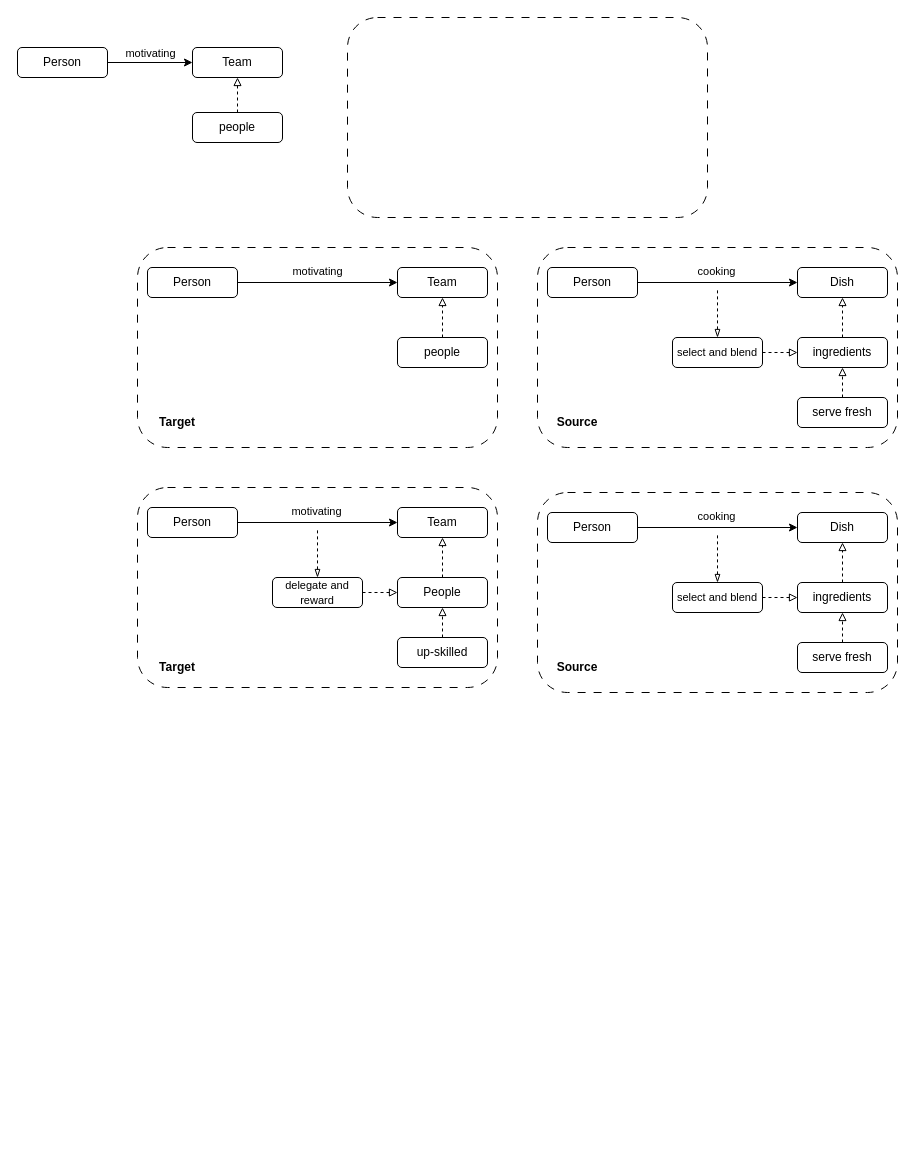
Above: KBAI_H3.drawio in andymakesapps/diagrams (draw.io), before the change. Source tidied: cells renumbered, new cells numbered last; positions are measured from the earlier drawing's top-left corner, leaving out a move shared by most shapes. Both pictures are drawn from the tidied source at 100%, with x=0, y=0 at pixel (17, 17).
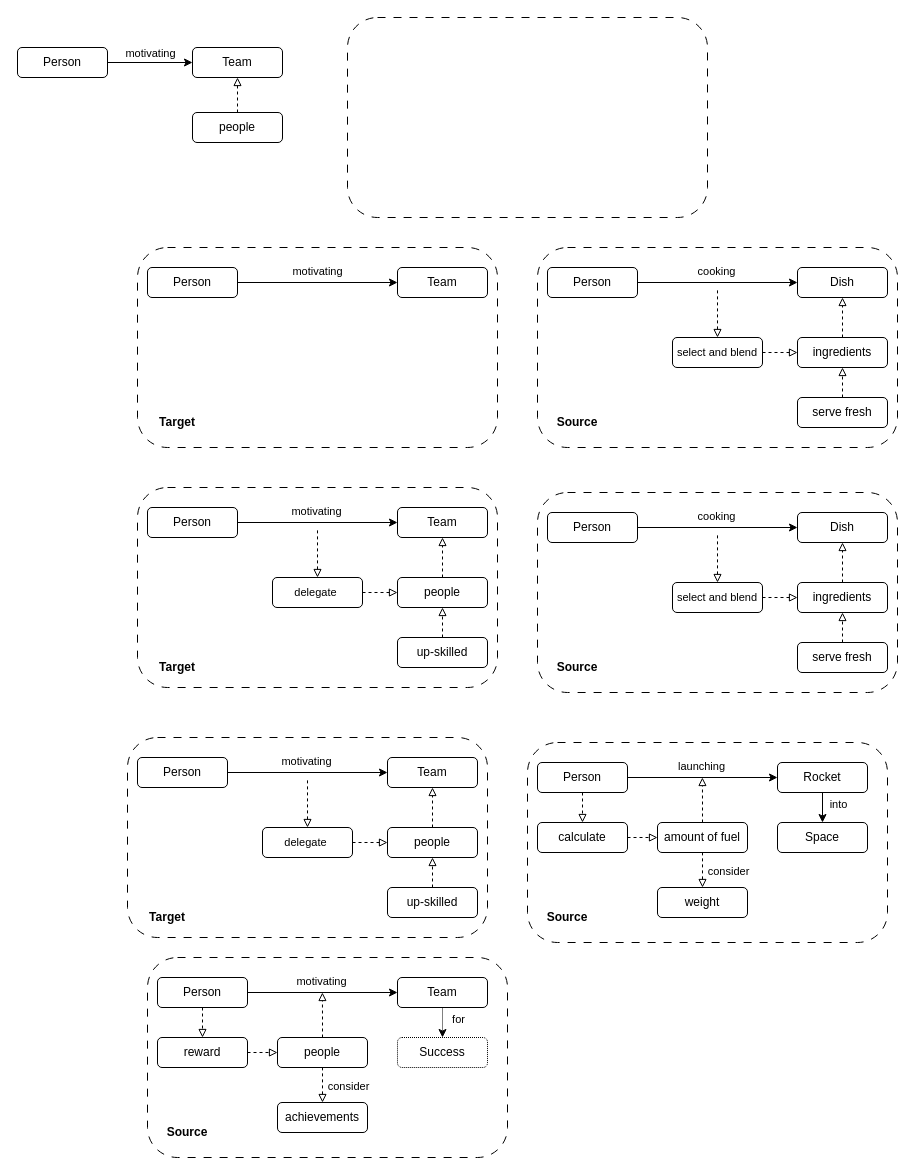
The same page after the edit.

Unchanged cells that the change refers to:
```xml
<mxCell id="13" value="&lt;font style=&quot;font-size: 11px;&quot;&gt;select and blend&lt;/font&gt;" style="rounded=1;whiteSpace=wrap;html=1;" parent="1" vertex="1">
  <mxGeometry x="655" y="320" width="90" height="30" as="geometry" />
</mxCell>
<mxCell id="22" value="Team" style="rounded=1;whiteSpace=wrap;html=1;" parent="1" vertex="1">
  <mxGeometry x="380" y="250" width="90" height="30" as="geometry" />
</mxCell>
<mxCell id="46" value="&lt;font style=&quot;font-size: 11px;&quot;&gt;select and blend&lt;/font&gt;" style="rounded=1;whiteSpace=wrap;html=1;" parent="1" vertex="1">
  <mxGeometry x="655" y="565" width="90" height="30" as="geometry" />
</mxCell>
```

What changed in the source:
```diff
@@
-    <mxCell id="11" style="edgeStyle=orthogonalEdgeStyle;rounded=0;jettySize=auto;html=1;exitX=0.5;exitY=0;exitDx=0;exitDy=0;startArrow=blockThin;startFill=0;endArrow=none;endFill=0;dashed=1;" parent="1" edge="1" source="13">
+    <mxCell id="11" style="edgeStyle=orthogonalEdgeStyle;rounded=0;jettySize=auto;html=1;exitX=0.5;exitY=0;exitDx=0;exitDy=0;startArrow=block;startFill=0;endArrow=none;endFill=0;dashed=1;" parent="1" edge="1" source="13">
       <mxGeometry relative="1" as="geometry">
         <mxPoint x="700" y="270" as="targetPoint" />
       </mxGeometry>
     </mxCell>
@@
-    <mxCell id="23" style="edgeStyle=orthogonalEdgeStyle;rounded=0;jettySize=auto;html=1;exitX=0.5;exitY=0;exitDx=0;exitDy=0;entryX=0.5;entryY=1;entryDx=0;entryDy=0;dashed=1;endArrow=block;endFill=0;" parent="1" edge="1" source="24" target="22">
-      <mxGeometry relative="1" as="geometry" />
-    </mxCell>
-    <mxCell id="24" value="people" style="rounded=1;whiteSpace=wrap;html=1;" parent="1" vertex="1">
-      <mxGeometry x="380" y="320" width="90" height="30" as="geometry" />
-    </mxCell>
@@
-    <mxCell id="30" value="People" style="rounded=1;whiteSpace=wrap;html=1;" parent="1" vertex="1">
+    <mxCell id="30" value="people" style="rounded=1;whiteSpace=wrap;html=1;" parent="1" vertex="1">
       <mxGeometry x="380" y="560" width="90" height="30" as="geometry" />
     </mxCell>
-    <mxCell id="31" style="edgeStyle=orthogonalEdgeStyle;rounded=0;jettySize=auto;html=1;exitX=0.5;exitY=0;exitDx=0;exitDy=0;startArrow=blockThin;startFill=0;endArrow=none;endFill=0;dashed=1;" parent="1" edge="1" source="33">
+    <mxCell id="31" style="edgeStyle=orthogonalEdgeStyle;rounded=0;jettySize=auto;html=1;exitX=0.5;exitY=0;exitDx=0;exitDy=0;startArrow=block;startFill=0;endArrow=none;endFill=0;dashed=1;" parent="1" edge="1" source="33">
       <mxGeometry relative="1" as="geometry">
         <mxPoint x="300" y="510" as="targetPoint" />
       </mxGeometry>
     </mxCell>
@@
-    <mxCell id="33" value="&lt;font style=&quot;font-size: 11px;&quot;&gt;delegate and reward&lt;/font&gt;" style="rounded=1;whiteSpace=wrap;html=1;" parent="1" vertex="1">
+    <mxCell id="33" value="&lt;font style=&quot;font-size: 11px;&quot;&gt;delegate&amp;nbsp;&lt;/font&gt;" style="rounded=1;whiteSpace=wrap;html=1;" parent="1" vertex="1">
       <mxGeometry x="255" y="560" width="90" height="30" as="geometry" />
     </mxCell>
@@
-    <mxCell id="44" style="edgeStyle=orthogonalEdgeStyle;rounded=0;jettySize=auto;html=1;exitX=0.5;exitY=0;exitDx=0;exitDy=0;startArrow=blockThin;startFill=0;endArrow=none;endFill=0;dashed=1;" parent="1" edge="1" source="46">
+    <mxCell id="44" style="edgeStyle=orthogonalEdgeStyle;rounded=0;jettySize=auto;html=1;exitX=0.5;exitY=0;exitDx=0;exitDy=0;startArrow=block;startFill=0;endArrow=none;endFill=0;dashed=1;" parent="1" edge="1" source="46">
       <mxGeometry relative="1" as="geometry">
         <mxPoint x="700" y="515" as="targetPoint" />
       </mxGeometry>
     </mxCell>
@@
+    <mxCell id="51" style="rounded=1;whiteSpace=wrap;html=1;fillColor=none;dashed=1;strokeColor=default;dashPattern=8 8;" parent="1" vertex="1">
+      <mxGeometry x="110" y="720" width="360" height="200" as="geometry" />
+    </mxCell>
+    <mxCell id="52" value="motivating" style="edgeStyle=orthogonalEdgeStyle;rounded=0;jettySize=auto;html=1;exitX=1;exitY=0.5;exitDx=0;exitDy=0;entryX=0;entryY=0.5;entryDx=0;entryDy=0;" parent="1" edge="1" source="53" target="54">
+      <mxGeometry x="-0.01" y="11" relative="1" as="geometry" />
+    </mxCell>
+    <mxCell id="53" value="Person" style="rounded=1;whiteSpace=wrap;html=1;" parent="1" vertex="1">
+      <mxGeometry x="120" y="740" width="90" height="30" as="geometry" />
+    </mxCell>
+    <mxCell id="54" value="Team" style="rounded=1;whiteSpace=wrap;html=1;" parent="1" vertex="1">
+      <mxGeometry x="370" y="740" width="90" height="30" as="geometry" />
+    </mxCell>
+    <mxCell id="55" style="edgeStyle=orthogonalEdgeStyle;rounded=0;jettySize=auto;html=1;exitX=0.5;exitY=0;exitDx=0;exitDy=0;entryX=0.5;entryY=1;entryDx=0;entryDy=0;dashed=1;endArrow=block;endFill=0;" parent="1" edge="1" source="56" target="54">
+      <mxGeometry relative="1" as="geometry" />
+    </mxCell>
+    <mxCell id="56" value="people" style="rounded=1;whiteSpace=wrap;html=1;" parent="1" vertex="1">
+      <mxGeometry x="370" y="810" width="90" height="30" as="geometry" />
+    </mxCell>
+    <mxCell id="57" style="edgeStyle=orthogonalEdgeStyle;rounded=0;jettySize=auto;html=1;exitX=0.5;exitY=0;exitDx=0;exitDy=0;startArrow=block;startFill=0;endArrow=none;endFill=0;dashed=1;" parent="1" edge="1" source="59">
+      <mxGeometry relative="1" as="geometry">
+        <mxPoint x="290" y="760" as="targetPoint" />
+      </mxGeometry>
+    </mxCell>
+    <mxCell id="58" style="edgeStyle=orthogonalEdgeStyle;rounded=0;jettySize=auto;html=1;exitX=1;exitY=0.5;exitDx=0;exitDy=0;entryX=0;entryY=0.5;entryDx=0;entryDy=0;endArrow=block;endFill=0;dashed=1;" parent="1" edge="1" source="59" target="56">
+      <mxGeometry relative="1" as="geometry" />
+    </mxCell>
+    <mxCell id="59" value="&lt;font style=&quot;font-size: 11px;&quot;&gt;delegate&amp;nbsp;&lt;/font&gt;" style="rounded=1;whiteSpace=wrap;html=1;" parent="1" vertex="1">
+      <mxGeometry x="245" y="810" width="90" height="30" as="geometry" />
+    </mxCell>
+    <mxCell id="60" style="edgeStyle=orthogonalEdgeStyle;rounded=0;jettySize=auto;html=1;exitX=0.5;exitY=0;exitDx=0;exitDy=0;dashed=1;endArrow=block;endFill=0;entryX=0.5;entryY=1;entryDx=0;entryDy=0;" parent="1" edge="1" source="61" target="56">
+      <mxGeometry relative="1" as="geometry" />
+    </mxCell>
+    <mxCell id="61" value="up-skilled" style="rounded=1;whiteSpace=wrap;html=1;" parent="1" vertex="1">
+      <mxGeometry x="370" y="870" width="90" height="30" as="geometry" />
+    </mxCell>
+    <mxCell id="62" style="rounded=1;whiteSpace=wrap;html=1;fillColor=none;dashed=1;strokeColor=default;dashPattern=8 8;" parent="1" vertex="1">
+      <mxGeometry x="510" y="725" width="360" height="200" as="geometry" />
+    </mxCell>
+    <mxCell id="63" value="launching" style="edgeStyle=orthogonalEdgeStyle;rounded=0;jettySize=auto;html=1;exitX=1;exitY=0.5;exitDx=0;exitDy=0;entryX=0;entryY=0.5;entryDx=0;entryDy=0;" parent="1" edge="1" source="65" target="68">
+      <mxGeometry x="-0.01" y="11" relative="1" as="geometry" />
+    </mxCell>
+    <mxCell id="64" style="edgeStyle=orthogonalEdgeStyle;rounded=0;jettySize=auto;html=1;exitX=0.5;exitY=1;exitDx=0;exitDy=0;entryX=0.5;entryY=0;entryDx=0;entryDy=0;dashed=1;endArrow=block;endFill=0;" parent="1" edge="1" source="65" target="73">
+      <mxGeometry relative="1" as="geometry" />
+    </mxCell>
+    <mxCell id="65" value="Person" style="rounded=1;whiteSpace=wrap;html=1;" parent="1" vertex="1">
+      <mxGeometry x="520" y="745" width="90" height="30" as="geometry" />
+    </mxCell>
+    <mxCell id="66" style="edgeStyle=orthogonalEdgeStyle;rounded=0;jettySize=auto;html=1;exitX=0.5;exitY=1;exitDx=0;exitDy=0;entryX=0.5;entryY=0;entryDx=0;entryDy=0;" parent="1" edge="1" source="68" target="71">
+      <mxGeometry relative="1" as="geometry" />
+    </mxCell>
+    <mxCell id="67" value="into" style="edgeLabel;html=1;align=center;verticalAlign=middle;" parent="66" vertex="1">
+      <mxGeometry x="-0.27" relative="1" as="geometry">
+        <mxPoint x="15" as="offset" />
+      </mxGeometry>
+    </mxCell>
+    <mxCell id="68" value="Rocket" style="rounded=1;whiteSpace=wrap;html=1;" parent="1" vertex="1">
+      <mxGeometry x="760" y="745" width="90" height="30" as="geometry" />
+    </mxCell>
+    <mxCell id="69" value="&lt;b&gt;Source&lt;/b&gt;" style="text;html=1;strokeColor=none;fillColor=none;align=center;verticalAlign=middle;whiteSpace=wrap;rounded=0;" parent="1" vertex="1">
+      <mxGeometry x="520" y="885" width="60" height="30" as="geometry" />
+    </mxCell>
+    <mxCell id="70" value="&lt;b&gt;Target&lt;/b&gt;" style="text;html=1;strokeColor=none;fillColor=none;align=center;verticalAlign=middle;whiteSpace=wrap;rounded=0;" parent="1" vertex="1">
+      <mxGeometry x="120" y="885" width="60" height="30" as="geometry" />
+    </mxCell>
+    <mxCell id="71" value="Space" style="rounded=1;whiteSpace=wrap;html=1;" parent="1" vertex="1">
+      <mxGeometry x="760" y="805" width="90" height="30" as="geometry" />
+    </mxCell>
+    <mxCell id="72" style="edgeStyle=orthogonalEdgeStyle;rounded=0;jettySize=auto;html=1;exitX=1;exitY=0.5;exitDx=0;exitDy=0;entryX=0;entryY=0.5;entryDx=0;entryDy=0;dashed=1;endArrow=block;endFill=0;" parent="1" edge="1" source="73" target="75">
+      <mxGeometry relative="1" as="geometry" />
+    </mxCell>
+    <mxCell id="73" value="calculate" style="rounded=1;whiteSpace=wrap;html=1;" parent="1" vertex="1">
+      <mxGeometry x="520" y="805" width="90" height="30" as="geometry" />
+    </mxCell>
+    <mxCell id="74" style="edgeStyle=orthogonalEdgeStyle;rounded=0;jettySize=auto;html=1;exitX=0.5;exitY=0;exitDx=0;exitDy=0;dashed=1;endArrow=block;endFill=0;" parent="1" edge="1" source="75">
+      <mxGeometry relative="1" as="geometry">
+        <mxPoint x="684.9" y="760" as="targetPoint" />
+      </mxGeometry>
+    </mxCell>
+    <mxCell id="75" value="amount of fuel" style="rounded=1;whiteSpace=wrap;html=1;" parent="1" vertex="1">
+      <mxGeometry x="640" y="805" width="90" height="30" as="geometry" />
+    </mxCell>
+    <mxCell id="76" style="edgeStyle=orthogonalEdgeStyle;rounded=0;jettySize=auto;html=1;exitX=0.5;exitY=0;exitDx=0;exitDy=0;entryX=0.5;entryY=1;entryDx=0;entryDy=0;endArrow=none;endFill=0;dashed=1;startArrow=block;startFill=0;" parent="1" edge="1" source="78" target="75">
+      <mxGeometry relative="1" as="geometry" />
+    </mxCell>
+    <mxCell id="77" value="consider" style="edgeLabel;html=1;align=center;verticalAlign=middle;" parent="76" vertex="1">
+      <mxGeometry x="-0.03" y="2" relative="1" as="geometry">
+        <mxPoint x="27" as="offset" />
+      </mxGeometry>
+    </mxCell>
+    <mxCell id="78" value="weight" style="rounded=1;whiteSpace=wrap;html=1;" parent="1" vertex="1">
+      <mxGeometry x="640" y="870" width="90" height="30" as="geometry" />
+    </mxCell>
+    <mxCell id="79" style="rounded=1;whiteSpace=wrap;html=1;fillColor=none;dashed=1;strokeColor=default;dashPattern=8 8;" parent="1" vertex="1">
+      <mxGeometry x="130" y="940" width="360" height="200" as="geometry" />
+    </mxCell>
+    <mxCell id="80" value="motivating" style="edgeStyle=orthogonalEdgeStyle;rounded=0;jettySize=auto;html=1;exitX=1;exitY=0.5;exitDx=0;exitDy=0;entryX=0;entryY=0.5;entryDx=0;entryDy=0;" parent="1" edge="1" source="82" target="85">
+      <mxGeometry x="-0.01" y="11" relative="1" as="geometry" />
+    </mxCell>
+    <mxCell id="81" style="edgeStyle=orthogonalEdgeStyle;rounded=0;jettySize=auto;html=1;exitX=0.5;exitY=1;exitDx=0;exitDy=0;entryX=0.5;entryY=0;entryDx=0;entryDy=0;dashed=1;endArrow=block;endFill=0;" parent="1" edge="1" source="82" target="89">
+      <mxGeometry relative="1" as="geometry" />
+    </mxCell>
+    <mxCell id="82" value="Person" style="rounded=1;whiteSpace=wrap;html=1;" parent="1" vertex="1">
+      <mxGeometry x="140" y="960" width="90" height="30" as="geometry" />
+    </mxCell>
+    <mxCell id="83" style="edgeStyle=orthogonalEdgeStyle;rounded=0;jettySize=auto;html=1;exitX=0.5;exitY=1;exitDx=0;exitDy=0;entryX=0.5;entryY=0;entryDx=0;entryDy=0;dashed=1;dashPattern=1 1;" parent="1" edge="1" source="85" target="87">
+      <mxGeometry relative="1" as="geometry" />
+    </mxCell>
+    <mxCell id="84" value="for" style="edgeLabel;html=1;align=center;verticalAlign=middle;" parent="83" vertex="1">
+      <mxGeometry x="-0.27" relative="1" as="geometry">
+        <mxPoint x="15" as="offset" />
+      </mxGeometry>
+    </mxCell>
+    <mxCell id="85" value="Team" style="rounded=1;whiteSpace=wrap;html=1;" parent="1" vertex="1">
+      <mxGeometry x="380" y="960" width="90" height="30" as="geometry" />
+    </mxCell>
+    <mxCell id="86" value="&lt;b&gt;Source&lt;/b&gt;" style="text;html=1;strokeColor=none;fillColor=none;align=center;verticalAlign=middle;whiteSpace=wrap;rounded=0;" parent="1" vertex="1">
+      <mxGeometry x="140" y="1100" width="60" height="30" as="geometry" />
+    </mxCell>
+    <mxCell id="87" value="Success" style="rounded=1;whiteSpace=wrap;html=1;dashed=1;dashPattern=1 1;" parent="1" vertex="1">
+      <mxGeometry x="380" y="1020" width="90" height="30" as="geometry" />
+    </mxCell>
+    <mxCell id="88" style="edgeStyle=orthogonalEdgeStyle;rounded=0;jettySize=auto;html=1;exitX=1;exitY=0.5;exitDx=0;exitDy=0;entryX=0;entryY=0.5;entryDx=0;entryDy=0;dashed=1;endArrow=block;endFill=0;" parent="1" edge="1" source="89" target="91">
+      <mxGeometry relative="1" as="geometry" />
+    </mxCell>
+    <mxCell id="89" value="reward" style="rounded=1;whiteSpace=wrap;html=1;" parent="1" vertex="1">
+      <mxGeometry x="140" y="1020" width="90" height="30" as="geometry" />
+    </mxCell>
+    <mxCell id="90" style="edgeStyle=orthogonalEdgeStyle;rounded=0;jettySize=auto;html=1;exitX=0.5;exitY=0;exitDx=0;exitDy=0;dashed=1;endArrow=block;endFill=0;" parent="1" edge="1" source="91">
+      <mxGeometry relative="1" as="geometry">
+        <mxPoint x="304.9" y="975" as="targetPoint" />
+      </mxGeometry>
+    </mxCell>
+    <mxCell id="91" value="people" style="rounded=1;whiteSpace=wrap;html=1;" parent="1" vertex="1">
+      <mxGeometry x="260" y="1020" width="90" height="30" as="geometry" />
+    </mxCell>
+    <mxCell id="92" style="edgeStyle=orthogonalEdgeStyle;rounded=0;jettySize=auto;html=1;exitX=0.5;exitY=0;exitDx=0;exitDy=0;entryX=0.5;entryY=1;entryDx=0;entryDy=0;endArrow=none;endFill=0;dashed=1;startArrow=block;startFill=0;" parent="1" edge="1" source="94" target="91">
+      <mxGeometry relative="1" as="geometry" />
+    </mxCell>
+    <mxCell id="93" value="consider" style="edgeLabel;html=1;align=center;verticalAlign=middle;" parent="92" vertex="1">
+      <mxGeometry x="-0.03" y="2" relative="1" as="geometry">
+        <mxPoint x="27" as="offset" />
+      </mxGeometry>
+    </mxCell>
+    <mxCell id="94" value="achievements" style="rounded=1;whiteSpace=wrap;html=1;" parent="1" vertex="1">
+      <mxGeometry x="260" y="1085" width="90" height="30" as="geometry" />
+    </mxCell>
```
